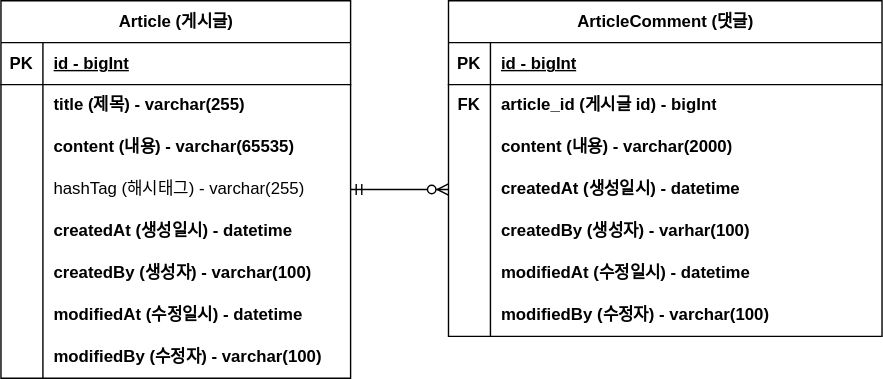
Above: document/dash-board-erd.svg in Jung9928/Simple_Dashboard (draw.io), before the change. Source tidied: cells renumbered, new cells last; positions are measured from the earlier drawing's top-left corner, leaving out a move shared by most shapes.
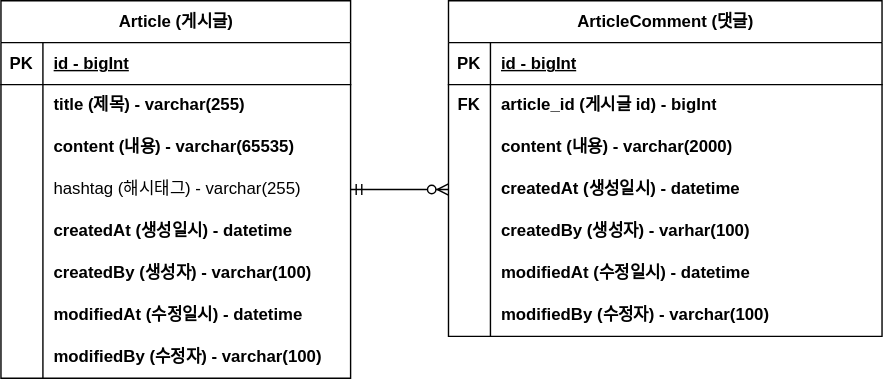
Later version of the same file.

Diff of the diagram source:
```diff
@@ -41,7 +41,7 @@
     <mxCell id="14" style="shape=partialRectangle;fillColor=none;top=0;left=0;bottom=0;right=0;overflow=hidden;whiteSpace=wrap;html=1;fontStyle=1;" parent="13" vertex="1">
       <mxGeometry width="30" height="30" as="geometry" />
     </mxCell>
-    <mxCell id="15" value="&lt;span style=&quot;font-weight: normal;&quot;&gt;hashTag (해시태그) - varchar(255)&lt;/span&gt;" style="shape=partialRectangle;fillColor=none;top=0;left=0;bottom=0;right=0;align=left;spacingLeft=6;overflow=hidden;whiteSpace=wrap;html=1;fontStyle=1;" parent="13" vertex="1">
+    <mxCell id="15" value="&lt;span style=&quot;font-weight: normal;&quot;&gt;hashtag (해시태그) - varchar(255)&lt;/span&gt;" style="shape=partialRectangle;fillColor=none;top=0;left=0;bottom=0;right=0;align=left;spacingLeft=6;overflow=hidden;whiteSpace=wrap;html=1;fontStyle=1;" parent="13" vertex="1">
       <mxGeometry x="30" width="220" height="30" as="geometry" />
     </mxCell>
     <mxCell id="16" style="shape=tableRow;horizontal=0;startSize=0;swimlaneHead=0;swimlaneBody=0;fillColor=none;top=0;left=0;right=0;bottom=0;fontStyle=1;" parent="3" vertex="1">
```
